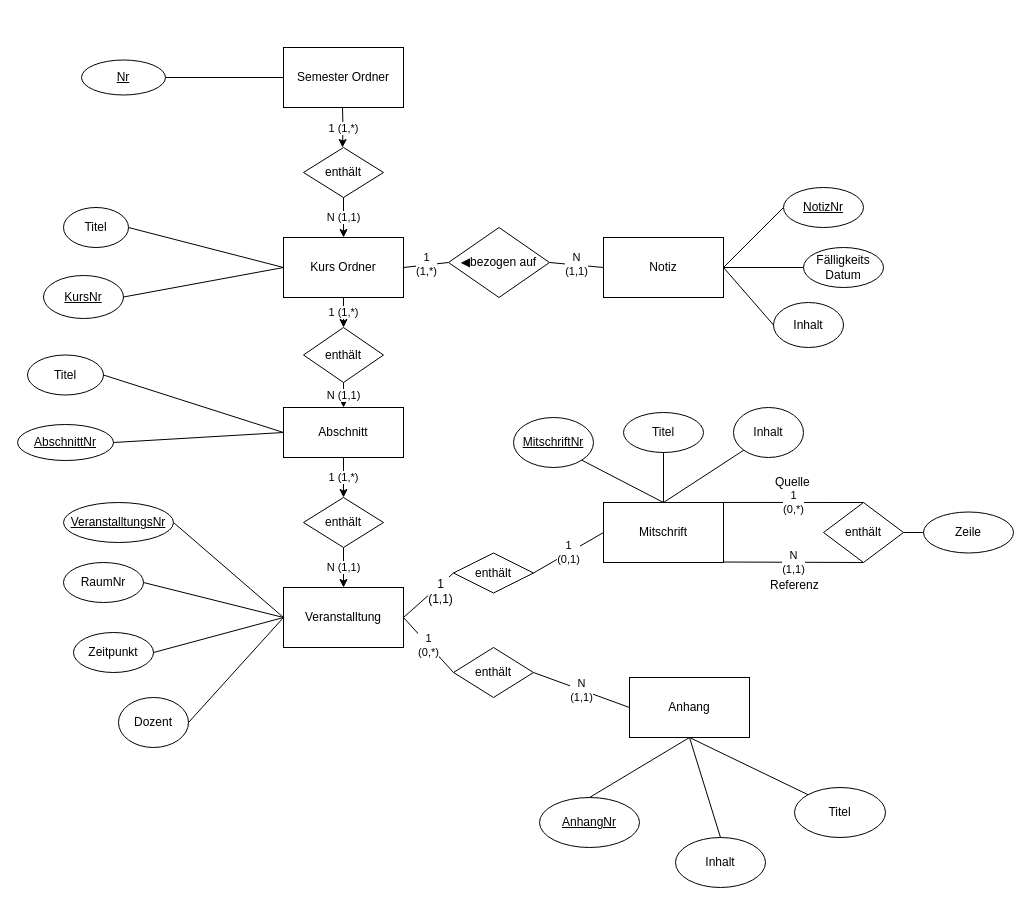
Above: todayERD.drawio in jdsee/today (draw.io), before the change. Source tidied: cells renumbered, new cells numbered last; positions are measured from the earlier drawing's top-left corner, leaving out a move shared by most shapes. Both pictures are drawn from the tidied source at 100%, with x=0, y=0 at pixel (17, 47).
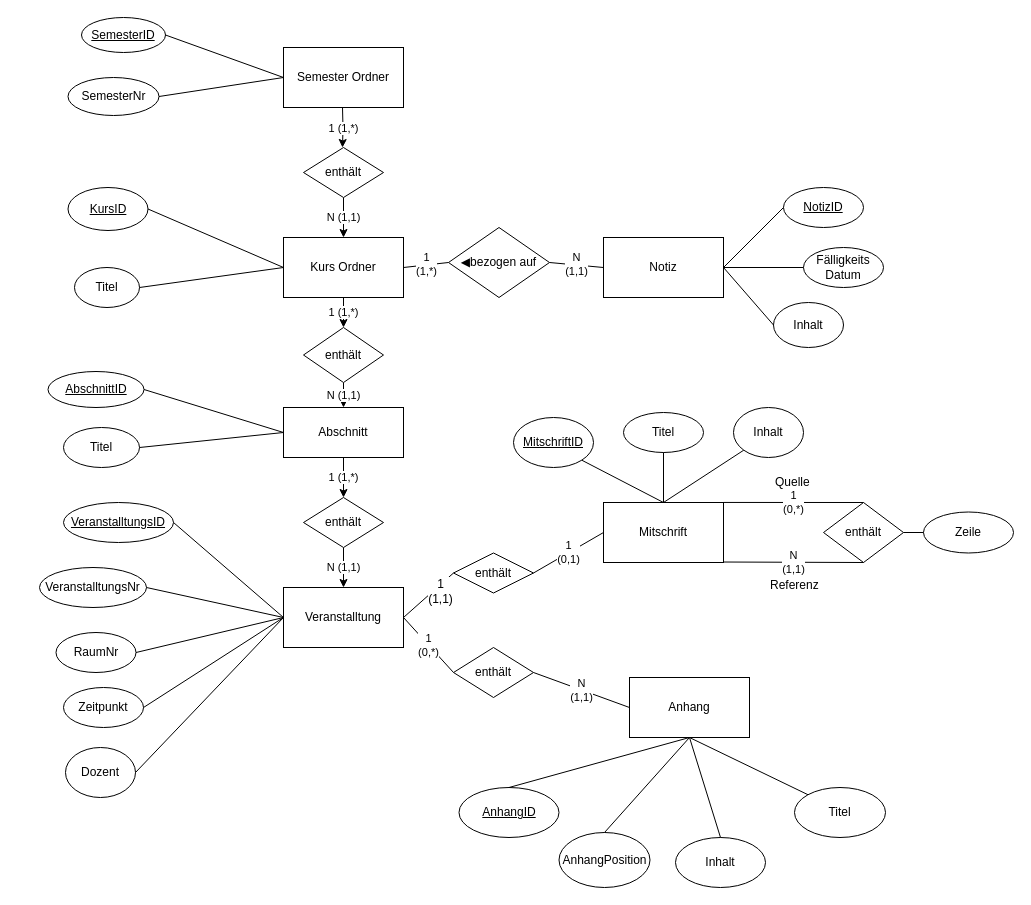
The same diagram, later.

The change refers to these unchanged cells:
```xml
<mxCell id="3" value="Semester Ordner" style="rounded=0;whiteSpace=wrap;html=1;" parent="1" vertex="1">
  <mxGeometry x="266" width="120" height="60" as="geometry" />
</mxCell>
<mxCell id="13" value="Veranstalltung" style="rounded=0;whiteSpace=wrap;html=1;" parent="1" vertex="1">
  <mxGeometry x="266" y="540" width="120" height="60" as="geometry" />
</mxCell>
<mxCell id="14" value="Anhang" style="rounded=0;whiteSpace=wrap;html=1;" parent="1" vertex="1">
  <mxGeometry x="612" y="630" width="120" height="60" as="geometry" />
</mxCell>
```

What changed in the source:
```diff
@@
     <mxCell id="18" value="RaumNr" style="ellipse;whiteSpace=wrap;html=1;" parent="1" vertex="1">
-      <mxGeometry x="46" y="515" width="80" height="40" as="geometry" />
+      <mxGeometry x="38.5" y="585" width="80" height="40" as="geometry" />
     </mxCell>
@@
     <mxCell id="20" value="Zeitpunkt" style="ellipse;whiteSpace=wrap;html=1;" parent="1" vertex="1">
-      <mxGeometry x="56" y="585" width="80" height="40" as="geometry" />
+      <mxGeometry x="46" y="640" width="80" height="40" as="geometry" />
     </mxCell>
@@
     <mxCell id="22" value="Dozent" style="ellipse;whiteSpace=wrap;html=1;" parent="1" vertex="1">
-      <mxGeometry x="101" y="650" width="70" height="50" as="geometry" />
+      <mxGeometry x="48" y="700" width="70" height="50" as="geometry" />
     </mxCell>
@@
-    <mxCell id="24" value="&lt;u&gt;VeranstalltungsNr&lt;/u&gt;" style="ellipse;whiteSpace=wrap;html=1;" parent="1" vertex="1">
+    <mxCell id="24" value="&lt;u&gt;VeranstalltungsID&lt;/u&gt;" style="ellipse;whiteSpace=wrap;html=1;" parent="1" vertex="1">
       <mxGeometry x="46" y="455" width="110" height="40" as="geometry" />
     </mxCell>
@@
-    <mxCell id="26" value="&lt;u&gt;Nr&lt;/u&gt;" style="ellipse;whiteSpace=wrap;html=1;" parent="1" vertex="1">
-      <mxGeometry x="64" y="12.5" width="84" height="35" as="geometry" />
+    <mxCell id="26" value="&lt;u&gt;SemesterID&lt;/u&gt;" style="ellipse;whiteSpace=wrap;html=1;" parent="1" vertex="1">
+      <mxGeometry x="64" y="-30" width="84" height="35" as="geometry" />
     </mxCell>
@@
     <mxCell id="28" value="Titel" style="ellipse;whiteSpace=wrap;html=1;" parent="1" vertex="1">
-      <mxGeometry x="46" y="160" width="65" height="40" as="geometry" />
+      <mxGeometry x="57" y="220" width="65" height="40" as="geometry" />
     </mxCell>
@@
-    <mxCell id="30" value="&lt;u&gt;KursNr&lt;/u&gt;" style="ellipse;whiteSpace=wrap;html=1;" parent="1" vertex="1">
-      <mxGeometry x="26" y="228" width="80" height="43" as="geometry" />
+    <mxCell id="30" value="&lt;u&gt;KursID&lt;/u&gt;" style="ellipse;whiteSpace=wrap;html=1;" parent="1" vertex="1">
+      <mxGeometry x="50.5" y="140" width="80" height="43" as="geometry" />
     </mxCell>
@@
-    <mxCell id="40" value="&lt;u&gt;MitschriftNr&lt;/u&gt;" style="ellipse;whiteSpace=wrap;html=1;" parent="1" vertex="1">
+    <mxCell id="40" value="&lt;u&gt;MitschriftID&lt;/u&gt;" style="ellipse;whiteSpace=wrap;html=1;" parent="1" vertex="1">
       <mxGeometry x="496" y="370" width="80" height="50" as="geometry" />
     </mxCell>
@@
-    <mxCell id="43" value="&lt;u&gt;AnhangNr&lt;/u&gt;" style="ellipse;whiteSpace=wrap;html=1;" parent="1" vertex="1">
-      <mxGeometry x="522" y="750" width="100" height="50" as="geometry" />
+    <mxCell id="43" value="&lt;u&gt;AnhangID&lt;/u&gt;" style="ellipse;whiteSpace=wrap;html=1;" parent="1" vertex="1">
+      <mxGeometry x="441.5" y="740" width="100" height="50" as="geometry" />
     </mxCell>
@@
-    <mxCell id="49" value="&lt;u&gt;NotizNr&lt;/u&gt;" style="ellipse;whiteSpace=wrap;html=1;" parent="1" vertex="1">
+    <mxCell id="49" value="&lt;u&gt;NotizID&lt;/u&gt;" style="ellipse;whiteSpace=wrap;html=1;" parent="1" vertex="1">
       <mxGeometry x="766" y="140" width="80" height="40" as="geometry" />
     </mxCell>
@@
     <mxCell id="65" value="Titel" style="ellipse;whiteSpace=wrap;html=1;" parent="1" vertex="1">
-      <mxGeometry x="10" y="307.5" width="76" height="40" as="geometry" />
+      <mxGeometry x="46" y="380" width="76" height="40" as="geometry" />
     </mxCell>
-    <mxCell id="66" value="&lt;u&gt;AbschnittNr&lt;/u&gt;" style="ellipse;whiteSpace=wrap;html=1;" parent="1" vertex="1">
-      <mxGeometry y="377" width="96" height="36" as="geometry" />
+    <mxCell id="66" value="&lt;u&gt;AbschnittID&lt;/u&gt;" style="ellipse;whiteSpace=wrap;html=1;" parent="1" vertex="1">
+      <mxGeometry x="30.5" y="324" width="96" height="36" as="geometry" />
     </mxCell>
@@
+    <mxCell id="71" value="VeranstalltungsNr" style="ellipse;whiteSpace=wrap;html=1;" parent="1" vertex="1">
+      <mxGeometry x="22" y="520" width="107" height="40" as="geometry" />
+    </mxCell>
+    <mxCell id="72" style="endArrow=none;html=1;entryX=0;entryY=0.5;entryDx=0;entryDy=0;exitX=1;exitY=0.5;exitDx=0;exitDy=0;" parent="1" edge="1" source="71" target="13">
+      <mxGeometry relative="1" as="geometry" />
+    </mxCell>
+    <mxCell id="73" value="AnhangPosition" style="ellipse;whiteSpace=wrap;html=1;" parent="1" vertex="1">
+      <mxGeometry x="541.5" y="785" width="91" height="55" as="geometry" />
+    </mxCell>
+    <mxCell id="74" style="endArrow=none;html=1;exitX=0.5;exitY=1;exitDx=0;exitDy=0;entryX=0.5;entryY=0;entryDx=0;entryDy=0;" parent="1" edge="1" source="14" target="73">
+      <mxGeometry relative="1" as="geometry" />
+    </mxCell>
+    <mxCell id="75" value="SemesterNr" style="ellipse;whiteSpace=wrap;html=1;" parent="1" vertex="1">
+      <mxGeometry x="50.5" y="30" width="91" height="38" as="geometry" />
+    </mxCell>
+    <mxCell id="76" style="endArrow=none;html=1;exitX=1;exitY=0.5;exitDx=0;exitDy=0;entryX=0;entryY=0.5;entryDx=0;entryDy=0;" parent="1" edge="1" source="75" target="3">
+      <mxGeometry relative="1" as="geometry" />
+    </mxCell>
```
